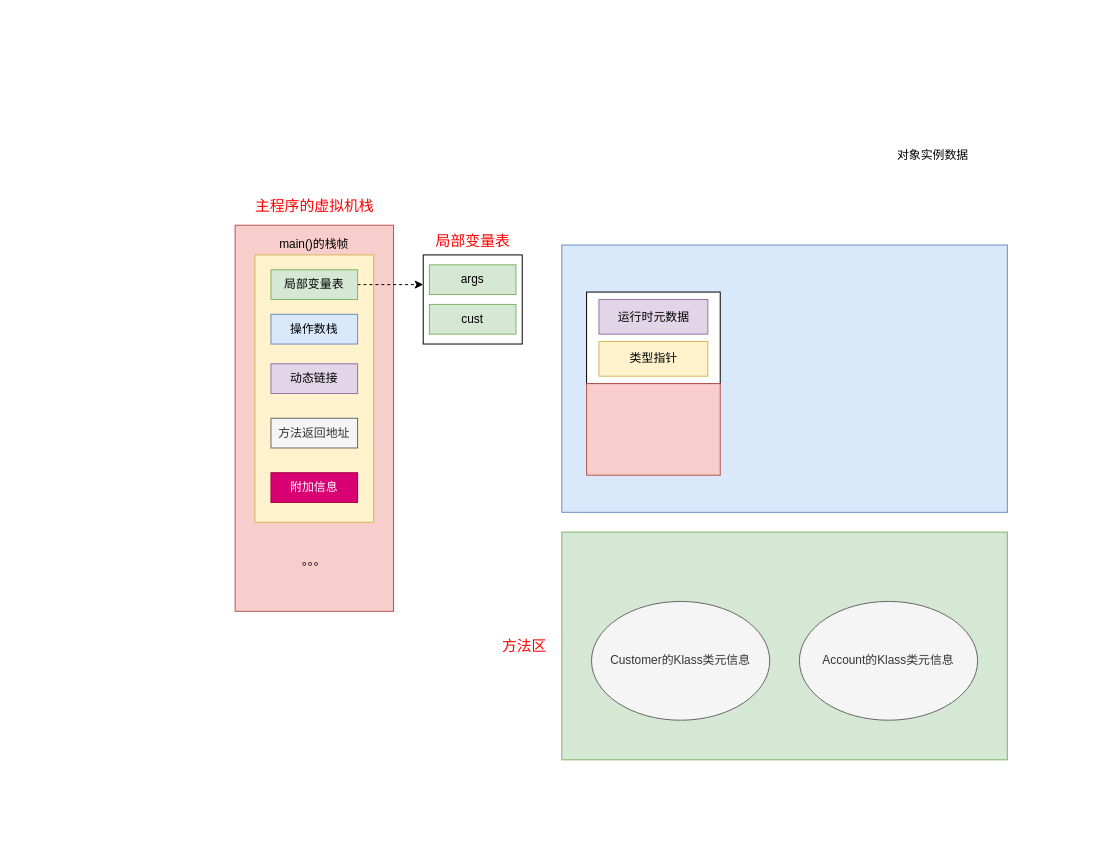
CoachHe/coachhe.github.io keeps this draw.io diagram as source/_posts/编程语言/Java/Java语言/JVM/图示/2 Java内存区域/对象的内存布局.drawio. Above is the earlier version. Source tidied: cells renumbered, new cells numbered last; positions are measured from the earlier drawing's top-left corner, leaving out a move shared by most shapes. Both pictures are drawn from the tidied source at 99%, with x=0, y=0 at pixel (17, 17).
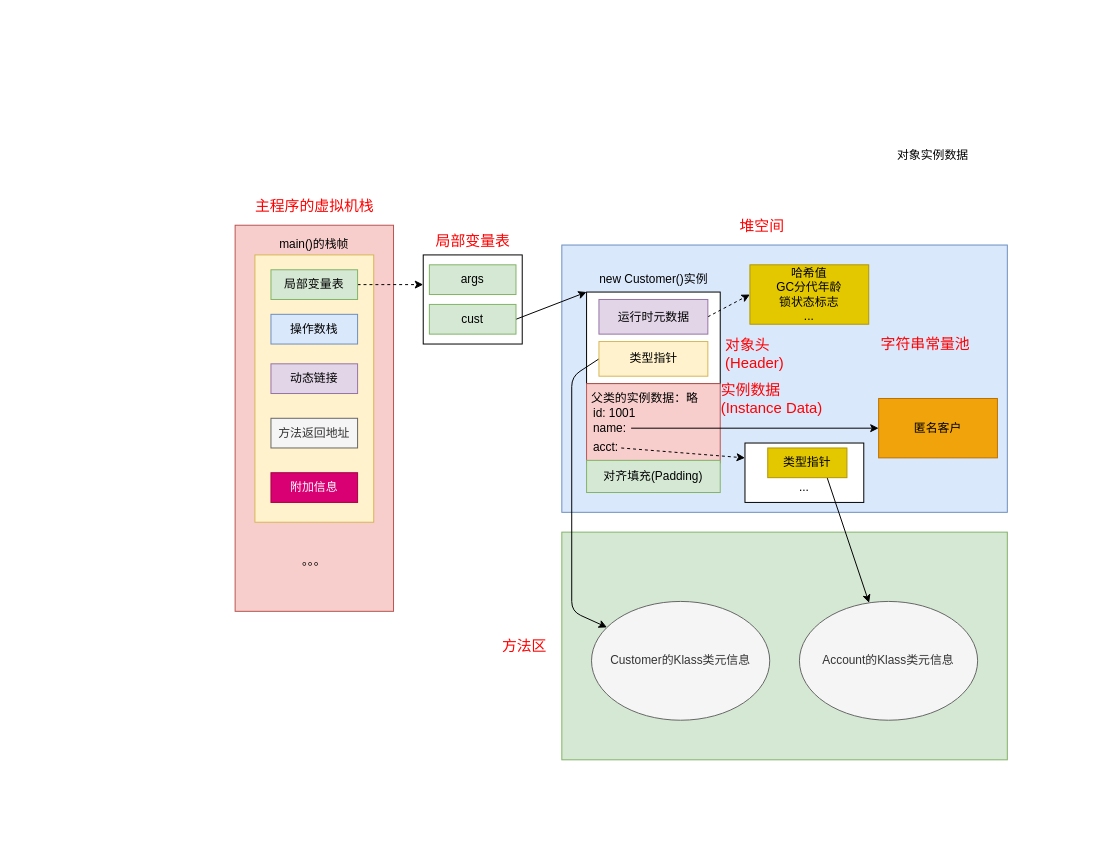
The same diagram, later.

Unchanged cells that the change refers to:
```xml
<mxCell id="6" value="Customer的Klass类元信息" style="ellipse;whiteSpace=wrap;html=1;strokeColor=#666666;strokeWidth=1;fillColor=#f5f5f5;fontColor=#333333;" parent="1" vertex="1">
  <mxGeometry x="580" y="590" width="180" height="120" as="geometry" />
</mxCell>
<mxCell id="20" value="cust" style="rounded=0;whiteSpace=wrap;html=1;fillColor=#d5e8d4;strokeColor=#82b366;" parent="1" vertex="1">
  <mxGeometry x="416.2" y="290" width="87.5" height="30" as="geometry" />
</mxCell>
<mxCell id="22" value="Account的Klass类元信息" style="ellipse;whiteSpace=wrap;html=1;strokeColor=#666666;strokeWidth=1;fillColor=#f5f5f5;fontColor=#333333;" parent="1" vertex="1">
  <mxGeometry x="790" y="590" width="180" height="120" as="geometry" />
</mxCell>
<mxCell id="24" style="rounded=0;whiteSpace=wrap;html=1;" parent="1" vertex="1">
  <mxGeometry x="575" y="277.5" width="135" height="92.5" as="geometry" />
</mxCell>
<mxCell id="25" value="运行时元数据" style="rounded=0;whiteSpace=wrap;html=1;fillColor=#e1d5e7;strokeColor=#9673a6;" parent="1" vertex="1">
  <mxGeometry x="587.5" y="285" width="110" height="35" as="geometry" />
</mxCell>
<mxCell id="26" value="类型指针" style="rounded=0;whiteSpace=wrap;html=1;fillColor=#fff2cc;strokeColor=#d6b656;" parent="1" vertex="1">
  <mxGeometry x="587.5" y="327.5" width="110" height="35" as="geometry" />
</mxCell>
```

Change to the diagram source:
```diff
@@
+    <mxCell id="28" style="edgeStyle=none;html=1;exitX=1;exitY=0.5;exitDx=0;exitDy=0;entryX=0;entryY=0;entryDx=0;entryDy=0;" parent="1" edge="1" source="20" target="24">
+      <mxGeometry relative="1" as="geometry" />
+    </mxCell>
@@
+    <mxCell id="29" style="edgeStyle=none;html=1;exitX=1;exitY=0.5;exitDx=0;exitDy=0;entryX=0;entryY=0.5;entryDx=0;entryDy=0;dashed=1;" parent="1" edge="1" source="25" target="35">
+      <mxGeometry relative="1" as="geometry" />
+    </mxCell>
@@
+    <mxCell id="30" style="edgeStyle=none;html=1;exitX=0;exitY=0.5;exitDx=0;exitDy=0;" parent="1" edge="1" source="26" target="6">
+      <mxGeometry relative="1" as="geometry">
+        <Array as="points">
+          <mxPoint x="560" y="363" />
+          <mxPoint x="560" y="600" />
+        </Array>
+      </mxGeometry>
+    </mxCell>
@@
     <mxCell id="27" style="rounded=0;whiteSpace=wrap;html=1;fillColor=#f8cecc;strokeColor=#b85450;" parent="1" vertex="1">
-      <mxGeometry x="575" y="370" width="135" height="92.5" as="geometry" />
+      <mxGeometry x="575" y="370" width="135" height="80" as="geometry" />
     </mxCell>
+    <mxCell id="31" value="&lt;font color=&quot;#ff0000&quot;&gt;&lt;span style=&quot;font-size: 15px&quot;&gt;堆空间&lt;/span&gt;&lt;/font&gt;" style="text;html=1;strokeColor=none;fillColor=none;align=center;verticalAlign=middle;whiteSpace=wrap;rounded=0;" parent="1" vertex="1">
+      <mxGeometry x="690" y="200" width="125" height="20" as="geometry" />
+    </mxCell>
+    <mxCell id="32" value="父类的实例数据：略&lt;br&gt;" style="text;html=1;strokeColor=none;fillColor=none;align=left;verticalAlign=middle;whiteSpace=wrap;rounded=0;" parent="1" vertex="1">
+      <mxGeometry x="577.5" y="375" width="130" height="20" as="geometry" />
+    </mxCell>
+    <mxCell id="33" value="对齐填充(Padding)" style="rounded=0;whiteSpace=wrap;html=1;fillColor=#d5e8d4;strokeColor=#82b366;" parent="1" vertex="1">
+      <mxGeometry x="575" y="447.5" width="135" height="32.5" as="geometry" />
+    </mxCell>
+    <mxCell id="34" value="new Customer()实例" style="text;html=1;strokeColor=none;fillColor=none;align=center;verticalAlign=middle;whiteSpace=wrap;rounded=0;" parent="1" vertex="1">
+      <mxGeometry x="582.5" y="255" width="120" height="20" as="geometry" />
+    </mxCell>
+    <mxCell id="35" value="哈希值&lt;br&gt;GC分代年龄&lt;br&gt;锁状态标志&lt;br&gt;..." style="rounded=0;whiteSpace=wrap;html=1;fillColor=#e3c800;strokeColor=#B09500;fontColor=#000000;" parent="1" vertex="1">
+      <mxGeometry x="740" y="250" width="120" height="60" as="geometry" />
+    </mxCell>
+    <mxCell id="36" value="&lt;div style=&quot;text-align: left&quot;&gt;&lt;span style=&quot;font-size: 15px ; color: rgb(255 , 0 , 0)&quot;&gt;对象头&lt;/span&gt;&lt;/div&gt;&lt;font color=&quot;#ff0000&quot;&gt;&lt;div style=&quot;text-align: left&quot;&gt;&lt;span style=&quot;font-size: 15px&quot;&gt;(Header)&lt;/span&gt;&lt;/div&gt;&lt;/font&gt;" style="text;html=1;strokeColor=none;fillColor=none;align=center;verticalAlign=middle;whiteSpace=wrap;rounded=0;" parent="1" vertex="1">
+      <mxGeometry x="710" y="330" width="70" height="20" as="geometry" />
+    </mxCell>
+    <mxCell id="37" value="&lt;div style=&quot;text-align: left&quot;&gt;&lt;span style=&quot;font-size: 15px ; color: rgb(255 , 0 , 0)&quot;&gt;实例数据(Instance Data)&lt;/span&gt;&lt;/div&gt;" style="text;html=1;strokeColor=none;fillColor=none;align=center;verticalAlign=middle;whiteSpace=wrap;rounded=0;" parent="1" vertex="1">
+      <mxGeometry x="710" y="375" width="120" height="20" as="geometry" />
+    </mxCell>
+    <mxCell id="38" value="匿名客户" style="rounded=0;whiteSpace=wrap;html=1;fillColor=#f0a30a;strokeColor=#BD7000;fontColor=#000000;" parent="1" vertex="1">
+      <mxGeometry x="870" y="385" width="120" height="60" as="geometry" />
+    </mxCell>
+    <mxCell id="39" value="&lt;font color=&quot;#ff0000&quot;&gt;&lt;span style=&quot;font-size: 15px&quot;&gt;字符串常量池&lt;/span&gt;&lt;/font&gt;" style="text;html=1;strokeColor=none;fillColor=none;align=center;verticalAlign=middle;whiteSpace=wrap;rounded=0;" parent="1" vertex="1">
+      <mxGeometry x="855" y="320" width="125" height="20" as="geometry" />
+    </mxCell>
+    <mxCell id="40" style="rounded=0;whiteSpace=wrap;html=1;" parent="1" vertex="1">
+      <mxGeometry x="735" y="430" width="120" height="60" as="geometry" />
+    </mxCell>
+    <mxCell id="41" style="edgeStyle=none;html=1;exitX=0.75;exitY=1;exitDx=0;exitDy=0;" parent="1" edge="1" source="42" target="22">
+      <mxGeometry relative="1" as="geometry" />
+    </mxCell>
+    <mxCell id="42" value="类型指针" style="rounded=0;whiteSpace=wrap;html=1;fillColor=#e3c800;strokeColor=#B09500;fontColor=#000000;" parent="1" vertex="1">
+      <mxGeometry x="758" y="435" width="80" height="30" as="geometry" />
+    </mxCell>
+    <mxCell id="43" value="..." style="text;html=1;strokeColor=none;fillColor=none;align=center;verticalAlign=middle;whiteSpace=wrap;rounded=0;" parent="1" vertex="1">
+      <mxGeometry x="775" y="465" width="40" height="20" as="geometry" />
+    </mxCell>
+    <mxCell id="44" style="edgeStyle=none;html=1;entryX=0;entryY=0.5;entryDx=0;entryDy=0;exitX=1;exitY=0.5;exitDx=0;exitDy=0;" parent="1" edge="1" source="46" target="38">
+      <mxGeometry relative="1" as="geometry" />
+    </mxCell>
+    <mxCell id="45" value="&lt;span&gt;id: 1001&lt;/span&gt;" style="text;html=1;strokeColor=none;fillColor=none;align=left;verticalAlign=middle;whiteSpace=wrap;rounded=0;" parent="1" vertex="1">
+      <mxGeometry x="580" y="390" width="120" height="20" as="geometry" />
+    </mxCell>
+    <mxCell id="46" value="&lt;span&gt;name:&lt;/span&gt;" style="text;html=1;strokeColor=none;fillColor=none;align=left;verticalAlign=middle;whiteSpace=wrap;rounded=0;" parent="1" vertex="1">
+      <mxGeometry x="580" y="405" width="40" height="20" as="geometry" />
+    </mxCell>
+    <mxCell id="47" style="edgeStyle=none;html=1;exitX=1;exitY=0.5;exitDx=0;exitDy=0;entryX=0;entryY=0.25;entryDx=0;entryDy=0;dashed=1;" parent="1" edge="1" source="48" target="40">
+      <mxGeometry relative="1" as="geometry" />
+    </mxCell>
+    <mxCell id="48" value="&lt;span&gt;acct:&lt;/span&gt;" style="text;html=1;strokeColor=none;fillColor=none;align=left;verticalAlign=middle;whiteSpace=wrap;rounded=0;" parent="1" vertex="1">
+      <mxGeometry x="580" y="425" width="30" height="20" as="geometry" />
+    </mxCell>
```
